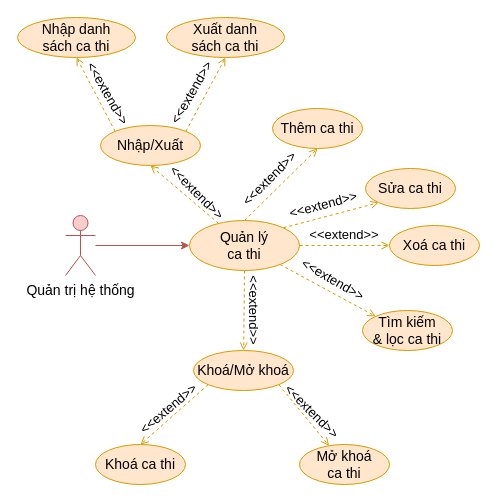
copecute/Edudex-Quiz keeps this draw.io diagram as document/temp/draw/usecase_phanra/usecase_cathi.drawio. Above is the earlier version. Source tidied: cells renumbered, new cells numbered last; positions are measured from the earlier drawing's top-left corner, leaving out a move shared by most shapes. Both pictures are drawn from the tidied source at 100%, with x=0, y=0 at pixel (17, 17).
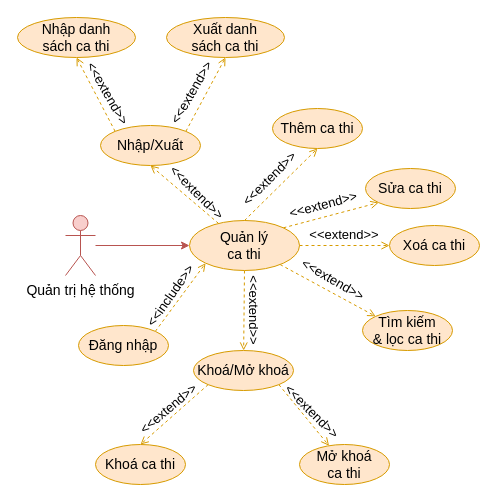
The same diagram, later.

The change refers to these unchanged cells:
```xml
<mxCell id="5" value="Quản lý&lt;br style=&quot;font-size: 14px;&quot;&gt;ca thi" style="ellipse;whiteSpace=wrap;html=1;fillColor=#ffe6cc;strokeColor=#d79b00;fontSize=14;" parent="1" vertex="1">
  <mxGeometry x="172" y="203" width="110" height="50" as="geometry" />
</mxCell>
```

What changed in the source:
```diff
@@
+    <mxCell id="35" style="rounded=0;jettySize=auto;html=1;exitX=1;exitY=0;exitDx=0;exitDy=0;entryX=0;entryY=1;entryDx=0;entryDy=0;fillColor=#ffe6cc;strokeColor=#d79b00;endArrow=open;endFill=0;dashed=1;" parent="1" edge="1" source="36" target="5">
+      <mxGeometry relative="1" as="geometry" />
+    </mxCell>
+    <mxCell id="36" value="Đăng nhập" style="ellipse;whiteSpace=wrap;html=1;fillColor=#ffe6cc;strokeColor=#d79b00;fontSize=14;" parent="1" vertex="1">
+      <mxGeometry x="61" y="308" width="90" height="40" as="geometry" />
+    </mxCell>
+    <mxCell id="37" value="&lt;font style=&quot;font-size: 13px;&quot;&gt;&amp;lt;&amp;lt;include&amp;gt;&amp;gt;&lt;/font&gt;" style="text;html=1;strokeColor=none;fillColor=none;align=center;verticalAlign=middle;whiteSpace=wrap;rounded=0;rotation=-55;fontSize=13;" parent="1" vertex="1">
+      <mxGeometry x="123" y="263" width="60" height="30" as="geometry" />
+    </mxCell>
```
